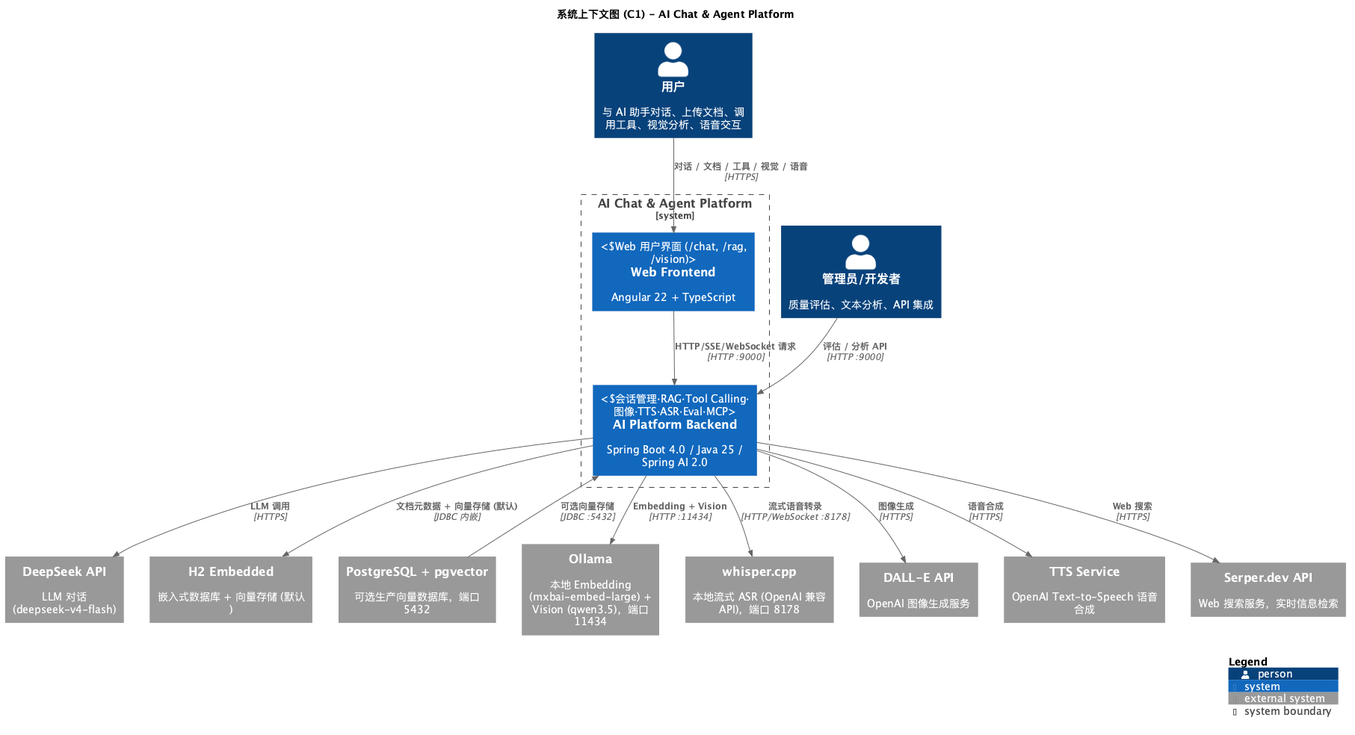
The PlantUML diagram docs/c4/png/C1-Context.png in felixzhu97/explore-ai, before a commit.
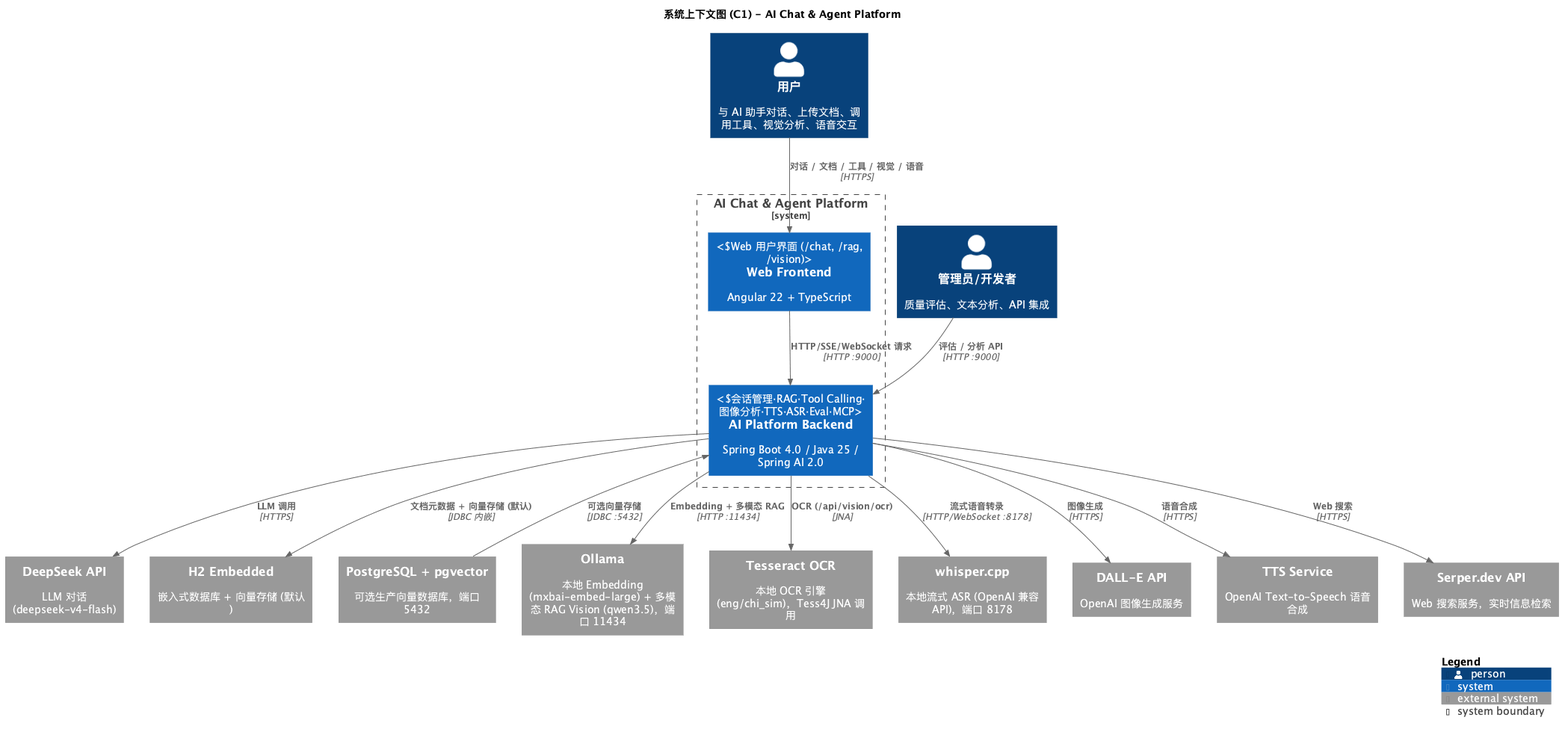
Above is the later version.

Commit message:
docs: update README and C4 model for vision analysis

Diff of the diagram source:
```diff
@@ -10,13 +10,14 @@
 
 System_Boundary(ai_platform, "AI Chat & Agent Platform") {
     System(frontend, "Web Frontend", "Angular 22 + TypeScript", "Web 用户界面 (/chat, /rag, /vision)")
-    System(backend, "AI Platform Backend", "Spring Boot 4.0 / Java 25 / Spring AI 2.0", "会话管理·RAG·Tool Calling·图像·TTS·ASR·Eval·MCP")
+    System(backend, "AI Platform Backend", "Spring Boot 4.0 / Java 25 / Spring AI 2.0", "会话管理·RAG·Tool Calling·图像分析·TTS·ASR·Eval·MCP")
 }
 
 System_Ext(deepseek_api, "DeepSeek API", "LLM 对话 (deepseek-v4-flash)")
 System_Ext(h2_db, "H2 Embedded", "嵌入式数据库 + 向量存储 (默认)")
 System_Ext(postgresql, "PostgreSQL + pgvector", "可选生产向量数据库，端口 5432")
-System_Ext(ollama, "Ollama", "本地 Embedding (mxbai-embed-large) + Vision (qwen3.5)，端口 11434")
+System_Ext(ollama, "Ollama", "本地 Embedding (mxbai-embed-large) + 多模态 RAG Vision (qwen3.5)，端口 11434")
+System_Ext(tesseract, "Tesseract OCR", "本地 OCR 引擎 (eng/chi_sim)，Tess4J JNA 调用")
 System_Ext(whisper_cpp, "whisper.cpp", "本地流式 ASR (OpenAI 兼容 API)，端口 8178")
 System_Ext(dalle_api, "DALL-E API", "OpenAI 图像生成服务")
 System_Ext(tts_api, "TTS Service", "OpenAI Text-to-Speech 语音合成")
@@ -29,7 +30,8 @@
 Rel(backend, deepseek_api, "LLM 调用", "HTTPS")
 Rel(backend, h2_db, "文档元数据 + 向量存储 (默认)", "JDBC 内嵌")
 Rel_Back(backend, postgresql, "可选向量存储", "JDBC :5432")
-Rel(backend, ollama, "Embedding + Vision", "HTTP :11434")
+Rel(backend, ollama, "Embedding + 多模态 RAG", "HTTP :11434")
+Rel(backend, tesseract, "OCR (/api/vision/ocr)", "JNA")
 Rel(backend, whisper_cpp, "流式语音转录", "HTTP/WebSocket :8178")
 Rel(backend, dalle_api, "图像生成", "HTTPS")
 Rel(backend, tts_api, "语音合成", "HTTPS")
```
